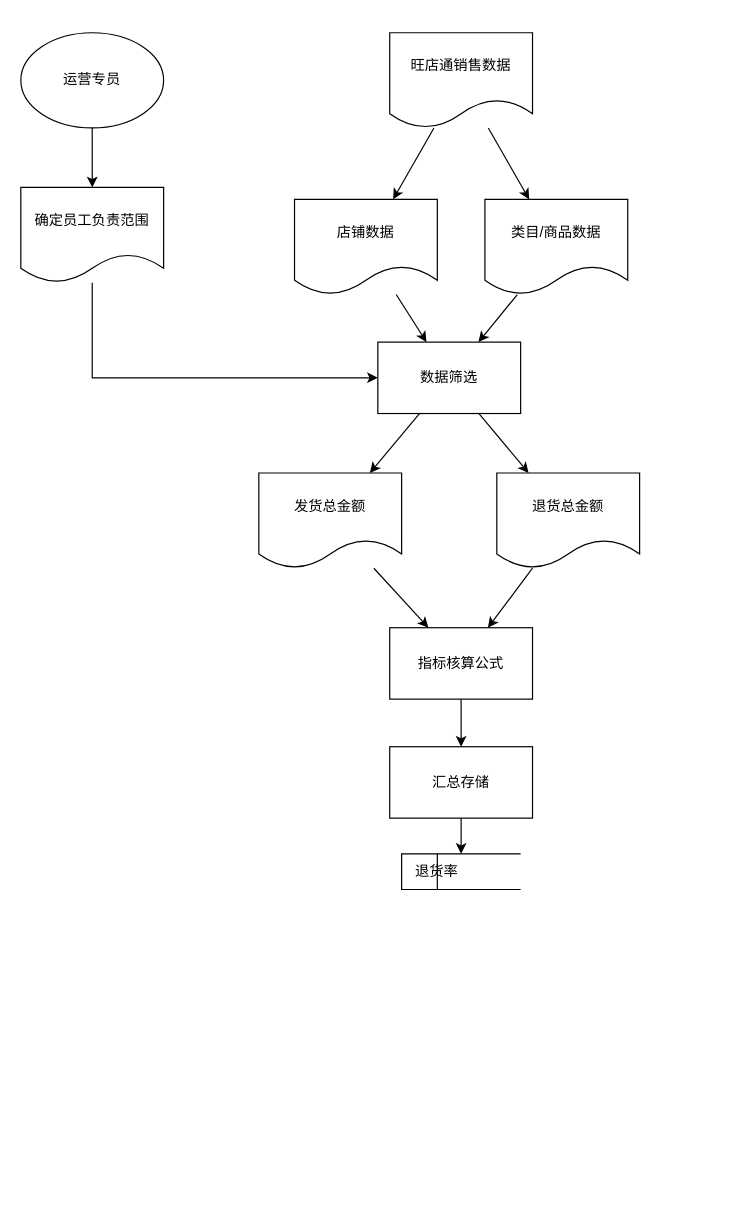
Before: diagrams/绩效管理-退货率.drawio in aswirl4/test, a draw.io diagram. Source tidied: cells renumbered, new cells numbered last; positions are measured from the earlier drawing's top-left corner, leaving out a move shared by most shapes. Both pictures are drawn from the tidied source at 119%, with x=0, y=0 at pixel (20, 32).
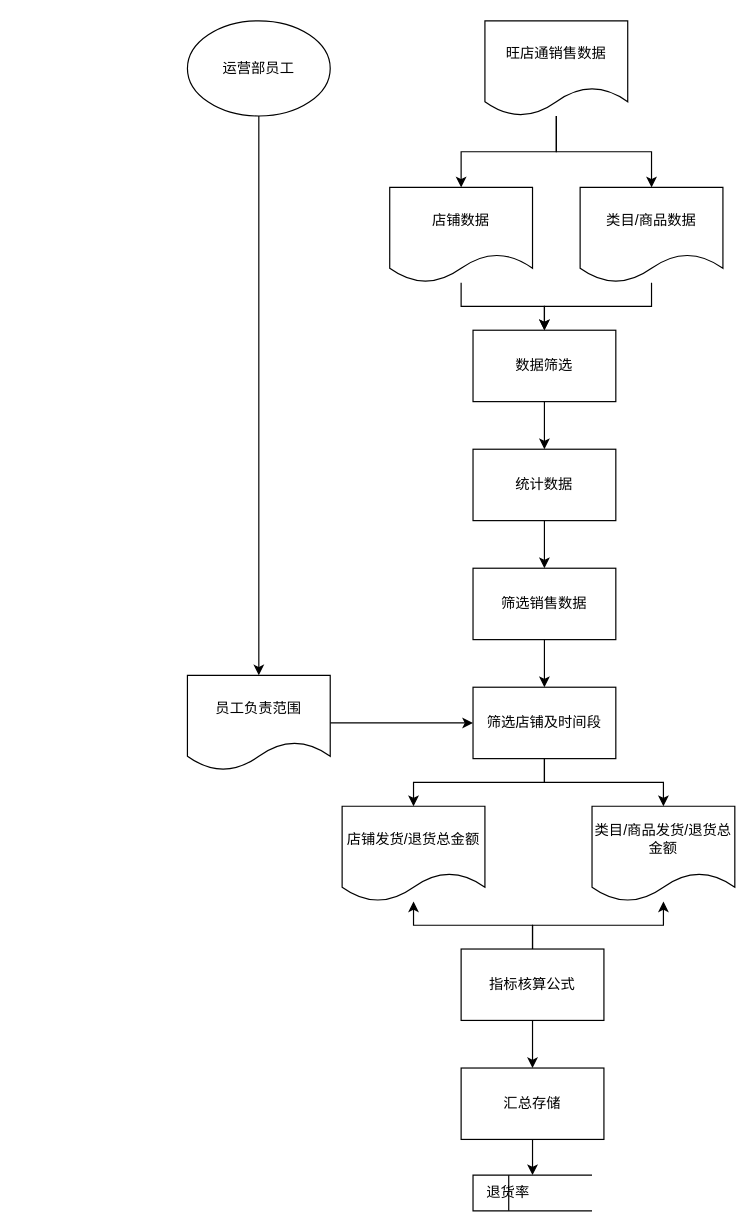
After the change.

Commit message:
Update 绩效管理-退货率.drawio

What changed in the source:
```diff
@@
+    <mxCell id="25" style="edgeStyle=orthogonalEdgeStyle;rounded=0;jettySize=auto;html=1;" parent="1" edge="1" source="2" target="5">
+      <mxGeometry relative="1" as="geometry" />
+    </mxCell>
-    <mxCell id="2" value="运营专员" style="ellipse;whiteSpace=wrap;html=1;fontFamily=宋体;" parent="1" vertex="1">
-      <mxGeometry width="120" height="80" as="geometry" />
+    <mxCell id="2" value="运营部员工" style="ellipse;whiteSpace=wrap;html=1;fontFamily=宋体;" parent="1" vertex="1">
+      <mxGeometry x="140" y="-10" width="120" height="80" as="geometry" />
     </mxCell>
+    <mxCell id="6" style="edgeStyle=orthogonalEdgeStyle;rounded=0;jettySize=auto;html=1;" parent="1" edge="1" source="3" target="15">
+      <mxGeometry relative="1" as="geometry" />
+    </mxCell>
     <mxCell id="3" value="旺店通销售数据" style="shape=document;whiteSpace=wrap;html=1;boundedLbl=1;fontFamily=宋体;" parent="1" vertex="1">
-      <mxGeometry x="310" width="120" height="80" as="geometry" />
+      <mxGeometry x="390" y="-10" width="120" height="80" as="geometry" />
     </mxCell>
-    <mxCell id="4" style="endArrow=classic;html=1;rounded=0;exitX=0.5;exitY=1;exitDx=0;exitDy=0;fontFamily=宋体;" parent="1" edge="1" source="2">
-      <mxGeometry relative="1" as="geometry">
-        <mxPoint x="60" y="130" as="targetPoint" />
-      </mxGeometry>
-    </mxCell>
+    <mxCell id="26" style="edgeStyle=orthogonalEdgeStyle;rounded=0;jettySize=auto;html=1;" parent="1" edge="1" source="5" target="32">
+      <mxGeometry relative="1" as="geometry" />
+    </mxCell>
-    <mxCell id="5" value="确定员工负责范围" style="shape=document;whiteSpace=wrap;html=1;boundedLbl=1;fontFamily=宋体;" parent="1" vertex="1">
-      <mxGeometry y="130" width="120" height="80" as="geometry" />
+    <mxCell id="5" value="员工负责范围" style="shape=document;whiteSpace=wrap;html=1;boundedLbl=1;fontFamily=宋体;" parent="1" vertex="1">
+      <mxGeometry x="140" y="540" width="120" height="80" as="geometry" />
     </mxCell>
-    <mxCell id="6" style="endArrow=classic;html=1;rounded=0;fontFamily=宋体;" parent="1" edge="1" source="3" target="15">
-      <mxGeometry relative="1" as="geometry" />
-    </mxCell>
-    <mxCell id="7" style="endArrow=classic;html=1;rounded=0;fontFamily=宋体;" parent="1" edge="1" source="5" target="10">
-      <mxGeometry relative="1" as="geometry">
-        <Array as="points">
-          <mxPoint x="60" y="290" />
-        </Array>
-      </mxGeometry>
-    </mxCell>
+    <mxCell id="10" value="数据筛选" style="rounded=0;whiteSpace=wrap;html=1;fontFamily=宋体;" parent="1" vertex="1">
+      <mxGeometry x="380" y="250" width="120" height="60" as="geometry" />
+    </mxCell>
+    <mxCell id="18" style="edgeStyle=orthogonalEdgeStyle;rounded=0;jettySize=auto;html=1;" parent="1" edge="1" source="15" target="10">
+      <mxGeometry relative="1" as="geometry" />
+    </mxCell>
+    <mxCell id="15" value="店铺数据" style="shape=document;whiteSpace=wrap;html=1;boundedLbl=1;fontFamily=宋体;" parent="1" vertex="1">
+      <mxGeometry x="310" y="130" width="120" height="80" as="geometry" />
+    </mxCell>
+    <mxCell id="19" style="edgeStyle=orthogonalEdgeStyle;rounded=0;jettySize=auto;html=1;" parent="1" edge="1" source="16" target="10">
+      <mxGeometry relative="1" as="geometry" />
+    </mxCell>
+    <mxCell id="16" value="类目/商品数据" style="shape=document;whiteSpace=wrap;html=1;boundedLbl=1;fontFamily=宋体;" parent="1" vertex="1">
+      <mxGeometry x="470" y="130" width="120" height="80" as="geometry" />
+    </mxCell>
+    <mxCell id="27" value="统计数据" style="rounded=0;whiteSpace=wrap;html=1;" parent="1" vertex="1">
+      <mxGeometry x="380" y="350" width="120" height="60" as="geometry" />
+    </mxCell>
+    <mxCell id="28" value="筛选销售数据" style="rounded=0;whiteSpace=wrap;html=1;" parent="1" vertex="1">
+      <mxGeometry x="380" y="450" width="120" height="60" as="geometry" />
+    </mxCell>
+    <mxCell id="29" style="endArrow=classic;html=1;rounded=0;fontFamily=宋体;" parent="1" edge="1" source="10" target="27">
+      <mxGeometry relative="1" as="geometry" />
+    </mxCell>
+    <mxCell id="30" style="endArrow=classic;html=1;rounded=0;fontFamily=宋体;" parent="1" edge="1" source="27" target="28">
+      <mxGeometry relative="1" as="geometry" />
+    </mxCell>
+    <mxCell id="31" style="edgeStyle=orthogonalEdgeStyle;rounded=0;jettySize=auto;html=1;" parent="1" edge="1" source="32" target="34">
+      <mxGeometry relative="1" as="geometry" />
+    </mxCell>
+    <mxCell id="32" value="筛选店铺及时间段" style="rounded=0;whiteSpace=wrap;html=1;" parent="1" vertex="1">
+      <mxGeometry x="380" y="550" width="120" height="60" as="geometry" />
+    </mxCell>
+    <mxCell id="33" style="endArrow=classic;html=1;rounded=0;fontFamily=宋体;" parent="1" edge="1" source="28" target="32">
+      <mxGeometry relative="1" as="geometry" />
+    </mxCell>
+    <mxCell id="34" value="店铺发货/退货总金额" style="shape=document;whiteSpace=wrap;html=1;boundedLbl=1;fontFamily=宋体;" parent="1" vertex="1">
+      <mxGeometry x="270" y="650" width="120" height="80" as="geometry" />
+    </mxCell>
+    <mxCell id="17" style="edgeStyle=orthogonalEdgeStyle;rounded=0;jettySize=auto;html=1;" parent="1" edge="1" source="3" target="16">
+      <mxGeometry relative="1" as="geometry" />
+    </mxCell>
+    <mxCell id="35" value="类目/商品发货/退货总金额" style="shape=document;whiteSpace=wrap;html=1;boundedLbl=1;fontFamily=宋体;" parent="1" vertex="1">
+      <mxGeometry x="480" y="650" width="120" height="80" as="geometry" />
+    </mxCell>
+    <mxCell id="36" style="edgeStyle=orthogonalEdgeStyle;rounded=0;jettySize=auto;html=1;" parent="1" edge="1" source="32" target="35">
+      <mxGeometry relative="1" as="geometry" />
+    </mxCell>
+    <mxCell id="37" style="edgeStyle=orthogonalEdgeStyle;rounded=0;jettySize=auto;html=1;" parent="1" edge="1" source="8" target="34">
+      <mxGeometry relative="1" as="geometry" />
+    </mxCell>
+    <mxCell id="23" style="edgeStyle=orthogonalEdgeStyle;rounded=0;jettySize=auto;html=1;" parent="1" edge="1" source="8" target="22">
+      <mxGeometry relative="1" as="geometry" />
+    </mxCell>
     <mxCell id="8" value="指标核算公式" style="rounded=0;whiteSpace=wrap;html=1;fontFamily=宋体;" parent="1" vertex="1">
-      <mxGeometry x="310" y="500" width="120" height="60" as="geometry" />
+      <mxGeometry x="370" y="770" width="120" height="60" as="geometry" />
     </mxCell>
+    <mxCell id="38" style="edgeStyle=orthogonalEdgeStyle;rounded=0;jettySize=auto;html=1;" parent="1" edge="1" source="8" target="35">
+      <mxGeometry relative="1" as="geometry" />
+    </mxCell>
     <mxCell id="9" value="&lt;span style=&quot;white-space: pre;&quot;&gt; &lt;/span&gt;&amp;nbsp;退货率" style="html=1;dashed=0;whitespace=wrap;shape=mxgraph.dfd.dataStoreID;align=left;spacingLeft=3;points=[[0,0],[0.5,0],[1,0],[0,0.5],[1,0.5],[0,1],[0.5,1],[1,1]];" parent="1" vertex="1">
-      <mxGeometry x="320" y="690" width="100" height="30" as="geometry" />
+      <mxGeometry x="380" y="960" width="100" height="30" as="geometry" />
     </mxCell>
-    <mxCell id="10" value="数据筛选" style="rounded=0;whiteSpace=wrap;html=1;fontFamily=宋体;" parent="1" vertex="1">
-      <mxGeometry x="300" y="260" width="120" height="60" as="geometry" />
-    </mxCell>
-    <mxCell id="11" value="发货总金额" style="shape=document;whiteSpace=wrap;html=1;boundedLbl=1;fontFamily=宋体;" parent="1" vertex="1">
-      <mxGeometry x="200" y="370" width="120" height="80" as="geometry" />
-    </mxCell>
-    <mxCell id="12" value="退货总金额" style="shape=document;whiteSpace=wrap;html=1;boundedLbl=1;fontFamily=宋体;" parent="1" vertex="1">
-      <mxGeometry x="400" y="370" width="120" height="80" as="geometry" />
-    </mxCell>
-    <mxCell id="13" style="endArrow=classic;html=1;rounded=0;fontFamily=宋体;" parent="1" edge="1" source="10" target="11">
-      <mxGeometry relative="1" as="geometry" />
-    </mxCell>
-    <mxCell id="14" style="endArrow=classic;html=1;rounded=0;fontFamily=宋体;" parent="1" edge="1" source="10" target="12">
-      <mxGeometry relative="1" as="geometry" />
-    </mxCell>
-    <mxCell id="15" value="店铺数据" style="shape=document;whiteSpace=wrap;html=1;boundedLbl=1;fontFamily=宋体;" parent="1" vertex="1">
-      <mxGeometry x="230" y="140" width="120" height="80" as="geometry" />
-    </mxCell>
-    <mxCell id="16" value="类目/商品数据" style="shape=document;whiteSpace=wrap;html=1;boundedLbl=1;fontFamily=宋体;" parent="1" vertex="1">
-      <mxGeometry x="390" y="140" width="120" height="80" as="geometry" />
-    </mxCell>
-    <mxCell id="17" style="endArrow=classic;html=1;rounded=0;fontFamily=宋体;" parent="1" edge="1" source="3" target="16">
-      <mxGeometry relative="1" as="geometry" />
-    </mxCell>
-    <mxCell id="18" style="endArrow=classic;html=1;rounded=0;fontFamily=宋体;" parent="1" edge="1" source="15" target="10">
-      <mxGeometry relative="1" as="geometry" />
-    </mxCell>
-    <mxCell id="19" style="endArrow=classic;html=1;rounded=0;fontFamily=宋体;" parent="1" edge="1" source="16" target="10">
-      <mxGeometry relative="1" as="geometry" />
-    </mxCell>
-    <mxCell id="20" style="endArrow=classic;html=1;rounded=0;fontFamily=宋体;" parent="1" edge="1" source="11" target="8">
-      <mxGeometry relative="1" as="geometry" />
-    </mxCell>
-    <mxCell id="21" style="endArrow=classic;html=1;rounded=0;fontFamily=宋体;" parent="1" edge="1" source="12" target="8">
-      <mxGeometry relative="1" as="geometry" />
-    </mxCell>
     <mxCell id="22" value="汇总存储" style="rounded=0;whiteSpace=wrap;html=1;fontFamily=宋体;" parent="1" vertex="1">
-      <mxGeometry x="310" y="600" width="120" height="60" as="geometry" />
+      <mxGeometry x="370" y="870" width="120" height="60" as="geometry" />
     </mxCell>
-    <mxCell id="23" style="endArrow=classic;html=1;rounded=0;fontFamily=宋体;" parent="1" edge="1" source="8" target="22">
-      <mxGeometry relative="1" as="geometry" />
-    </mxCell>
```
